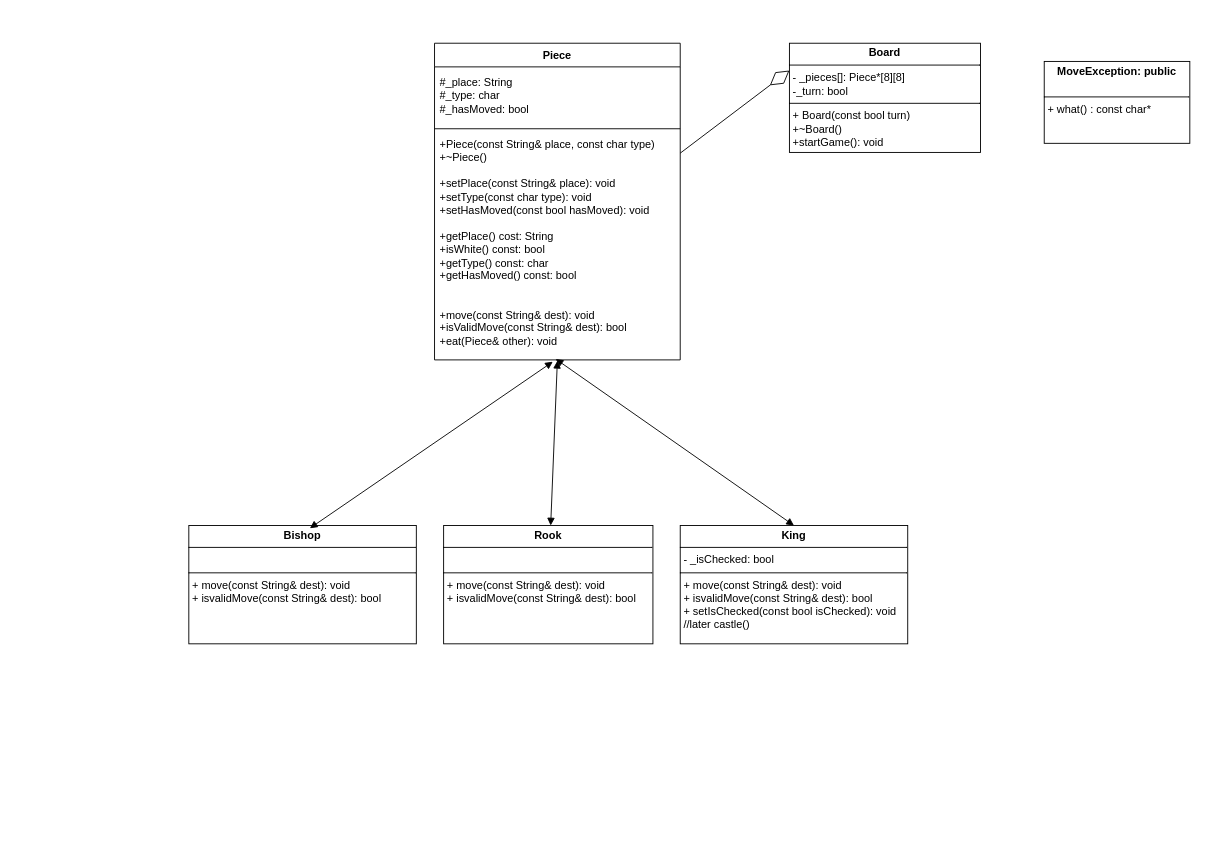
Earlier version of the draw.io diagram ChessUML.drawio (fdfdfddd121/ChessProj). Source tidied: cells renumbered, new cells numbered last; positions are measured from the earlier drawing's top-left corner, leaving out a move shared by most shapes. Both pictures are drawn from the tidied source at 91%, with x=0, y=0 at pixel (188, 43).
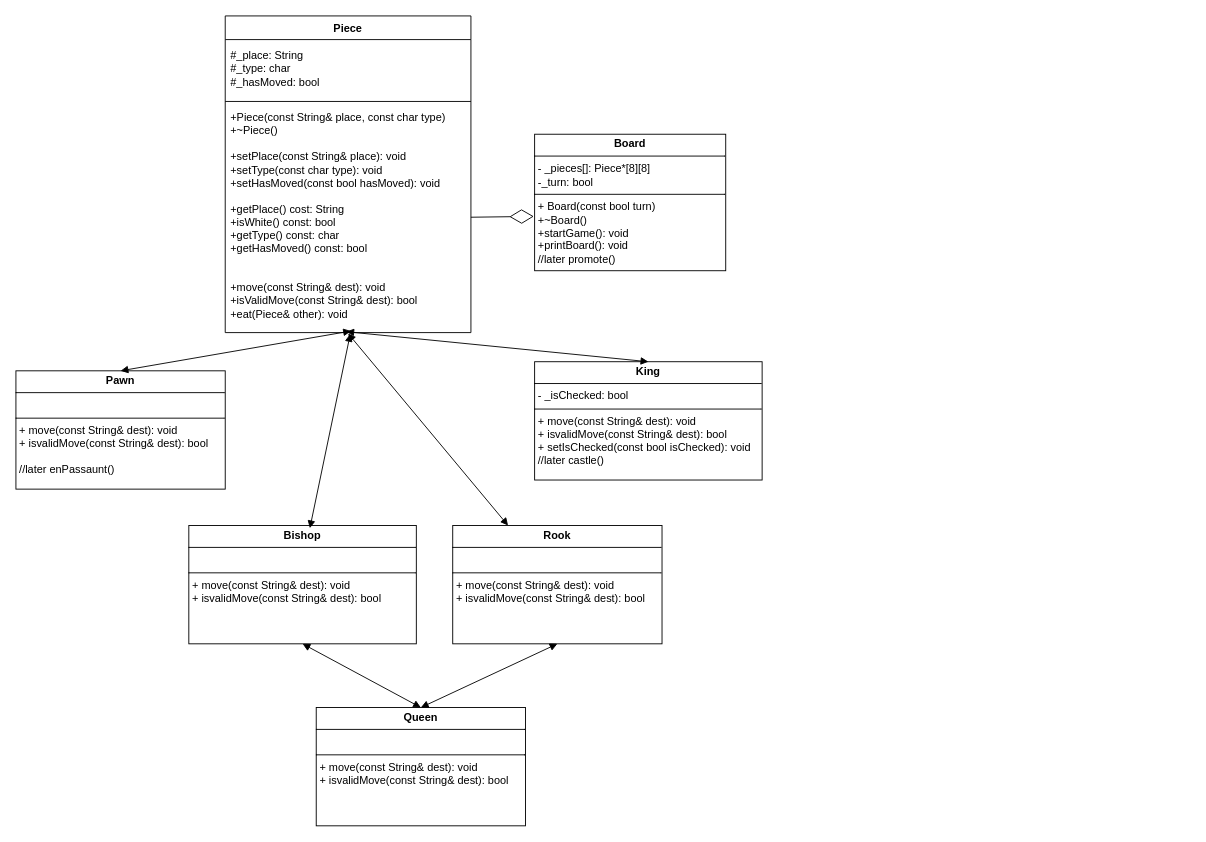
After the change.

What changed in the source:
```diff
@@
 <mxGraphModel>
   <root>
     <mxCell id="0" />
     <mxCell id="1" parent="0" />
     <mxCell id="2" value="Piece" style="swimlane;fontStyle=1;align=center;verticalAlign=top;horizontal=1;startSize=26;whiteSpace=wrap;html=1;" parent="1" vertex="1">
-      <mxGeometry x="270" width="270" height="348" as="geometry" />
+      <mxGeometry x="40" y="-30" width="270" height="348" as="geometry" />
     </mxCell>
     <mxCell id="3" value="#_place: String&lt;div&gt;#&lt;span style=&quot;background-color: initial;&quot;&gt;_type:&amp;nbsp;&lt;/span&gt;&lt;span style=&quot;background-color: initial;&quot;&gt;char&lt;/span&gt;&lt;/div&gt;&lt;div&gt;#&lt;span style=&quot;background-color: initial;&quot;&gt;_hasMoved:&amp;nbsp;&lt;/span&gt;&lt;span style=&quot;background-color: initial;&quot;&gt;bool&lt;/span&gt;&lt;/div&gt;" style="text;strokeColor=none;fillColor=none;align=left;verticalAlign=middle;spacingLeft=4;spacingRight=4;overflow=hidden;html=1;whiteSpace=wrap;labelBackgroundColor=none;" parent="2" vertex="1">
       <mxGeometry y="26" width="270" height="64" as="geometry" />
     </mxCell>
     <mxCell id="4" style="line;strokeWidth=1;fillColor=none;align=left;verticalAlign=middle;spacingTop=-1;spacingLeft=3;spacingRight=3;labelPosition=right;strokeColor=inherit;" parent="2" vertex="1">
       <mxGeometry y="90" width="270" height="8" as="geometry" />
     </mxCell>
     <mxCell id="5" value="+Piece(const String&amp;amp; place, const char type)&lt;div&gt;+~Piece()&lt;/div&gt;&lt;div&gt;&lt;br&gt;&lt;/div&gt;&lt;div&gt;+setPlace(const String&amp;amp; place):&amp;nbsp;&lt;span style=&quot;background-color: initial;&quot;&gt;void&lt;/span&gt;&lt;/div&gt;&lt;div&gt;&lt;span style=&quot;background-color: initial;&quot;&gt;+&lt;/span&gt;&lt;span style=&quot;background-color: initial;&quot;&gt;setType(const char type):&amp;nbsp;&lt;/span&gt;&lt;span style=&quot;background-color: initial;&quot;&gt;void&lt;/span&gt;&lt;/div&gt;&lt;div&gt;&lt;span style=&quot;background-color: initial;&quot;&gt;+&lt;/span&gt;&lt;span style=&quot;background-color: initial;&quot;&gt;setHasMoved(const bool hasMoved):&amp;nbsp;&lt;/span&gt;&lt;span style=&quot;background-color: initial;&quot;&gt;void&lt;/span&gt;&lt;/div&gt;&lt;div&gt;&lt;span style=&quot;background-color: initial;&quot;&gt;&lt;br&gt;&lt;/span&gt;&lt;/div&gt;&lt;div&gt;&lt;span style=&quot;background-color: initial;&quot;&gt;+getPlace() cost:&amp;nbsp;&lt;/span&gt;&lt;span style=&quot;background-color: initial;&quot;&gt;String&lt;/span&gt;&lt;/div&gt;&lt;div&gt;&lt;span style=&quot;background-color: initial;&quot;&gt;+isWhite() const:&amp;nbsp;&lt;/span&gt;&lt;span style=&quot;background-color: initial;&quot;&gt;bool&lt;/span&gt;&lt;/div&gt;&lt;div&gt;&lt;span style=&quot;background-color: initial;&quot;&gt;+getType() const:&amp;nbsp;&lt;/span&gt;&lt;span style=&quot;background-color: initial;&quot;&gt;char&lt;/span&gt;&lt;/div&gt;&lt;div&gt;&lt;span style=&quot;background-color: initial;&quot;&gt;+getHasMoved() const:&amp;nbsp;&lt;/span&gt;&lt;span style=&quot;background-color: initial;&quot;&gt;bool&lt;/span&gt;&lt;/div&gt;&lt;div&gt;&lt;span style=&quot;background-color: initial;&quot;&gt;&lt;br&gt;&lt;/span&gt;&lt;/div&gt;&lt;div&gt;&lt;span style=&quot;background-color: initial;&quot;&gt;&lt;br&gt;&lt;/span&gt;&lt;/div&gt;&lt;div&gt;&lt;span style=&quot;background-color: initial;&quot;&gt;+move(const String&amp;amp; dest): void&lt;/span&gt;&lt;/div&gt;&lt;div&gt;&lt;span style=&quot;background-color: initial;&quot;&gt;+isValidMove(const String&amp;amp; dest): bool&lt;/span&gt;&lt;/div&gt;&lt;div&gt;&lt;span style=&quot;background-color: initial;&quot;&gt;+eat(Piece&amp;amp; other): void&lt;/span&gt;&lt;/div&gt;" style="text;strokeColor=none;fillColor=none;align=left;verticalAlign=top;spacingLeft=4;spacingRight=4;overflow=hidden;points=[[0,0.5],[1,0.5]];portConstraint=eastwest;whiteSpace=wrap;html=1;" parent="2" vertex="1">
       <mxGeometry y="98" width="270" height="250" as="geometry" />
     </mxCell>
     <mxCell id="6" value="&lt;p style=&quot;margin:0px;margin-top:4px;text-align:center;&quot;&gt;&lt;b&gt;Rook&lt;/b&gt;&lt;/p&gt;&lt;hr size=&quot;1&quot; style=&quot;border-style:solid;&quot;&gt;&lt;p style=&quot;margin:0px;margin-left:4px;&quot;&gt;&lt;br&gt;&lt;/p&gt;&lt;hr size=&quot;1&quot; style=&quot;border-style:solid;&quot;&gt;&lt;p style=&quot;margin:0px;margin-left:4px;&quot;&gt;+ move(const String&amp;amp; dest): void&lt;/p&gt;&lt;p style=&quot;margin:0px;margin-left:4px;&quot;&gt;+ isvalidMove(const String&amp;amp; dest): bool&lt;/p&gt;&lt;p style=&quot;margin:0px;margin-left:4px;&quot;&gt;&lt;br&gt;&lt;/p&gt;&lt;p style=&quot;margin:0px;margin-left:4px;&quot;&gt;&lt;br&gt;&lt;/p&gt;" style="verticalAlign=top;align=left;overflow=fill;html=1;whiteSpace=wrap;" parent="1" vertex="1">
-      <mxGeometry x="280" y="530" width="230" height="130" as="geometry" />
+      <mxGeometry x="290" y="530" width="230" height="130" as="geometry" />
     </mxCell>
     <mxCell id="7" value="&lt;p style=&quot;margin:0px;margin-top:4px;text-align:center;&quot;&gt;&lt;b&gt;King&lt;/b&gt;&lt;/p&gt;&lt;hr size=&quot;1&quot; style=&quot;border-style:solid;&quot;&gt;&lt;p style=&quot;margin:0px;margin-left:4px;&quot;&gt;- _isChecked: bool&lt;/p&gt;&lt;hr size=&quot;1&quot; style=&quot;border-style:solid;&quot;&gt;&lt;p style=&quot;margin:0px;margin-left:4px;&quot;&gt;+ move(const String&amp;amp; dest): void&lt;/p&gt;&lt;p style=&quot;margin:0px;margin-left:4px;&quot;&gt;+ isvalidMove(const String&amp;amp; dest): bool&lt;/p&gt;&lt;p style=&quot;margin:0px;margin-left:4px;&quot;&gt;+ setIsChecked(const bool isChecked): void&lt;/p&gt;&lt;p style=&quot;margin:0px;margin-left:4px;&quot;&gt;//later castle()&lt;/p&gt;&lt;p style=&quot;margin:0px;margin-left:4px;&quot;&gt;&lt;br&gt;&lt;/p&gt;" style="verticalAlign=top;align=left;overflow=fill;html=1;whiteSpace=wrap;" parent="1" vertex="1">
-      <mxGeometry x="540" y="530" width="250" height="130" as="geometry" />
+      <mxGeometry x="380" y="350" width="250" height="130" as="geometry" />
     </mxCell>
-    <mxCell id="8" value="&lt;p style=&quot;margin:0px;margin-top:4px;text-align:center;&quot;&gt;&lt;b&gt;Board&lt;/b&gt;&lt;/p&gt;&lt;hr size=&quot;1&quot; style=&quot;border-style:solid;&quot;&gt;&lt;p style=&quot;margin:0px;margin-left:4px;&quot;&gt;- _pieces[]: Piece*[8][8]&lt;/p&gt;&lt;p style=&quot;margin:0px;margin-left:4px;&quot;&gt;-_turn: bool&lt;/p&gt;&lt;hr size=&quot;1&quot; style=&quot;border-style:solid;&quot;&gt;&lt;p style=&quot;margin:0px;margin-left:4px;&quot;&gt;+ Board(const bool turn)&lt;/p&gt;&lt;p style=&quot;margin:0px;margin-left:4px;&quot;&gt;+~Board()&lt;/p&gt;&lt;p style=&quot;margin:0px;margin-left:4px;&quot;&gt;+startGame(): void&lt;/p&gt;" style="verticalAlign=top;align=left;overflow=fill;html=1;whiteSpace=wrap;" parent="1" vertex="1">
-      <mxGeometry x="660" width="210" height="120" as="geometry" />
+    <mxCell id="8" value="&lt;p style=&quot;margin:0px;margin-top:4px;text-align:center;&quot;&gt;&lt;b&gt;Board&lt;/b&gt;&lt;/p&gt;&lt;hr size=&quot;1&quot; style=&quot;border-style:solid;&quot;&gt;&lt;p style=&quot;margin:0px;margin-left:4px;&quot;&gt;- _pieces[]: Piece*[8][8]&lt;/p&gt;&lt;p style=&quot;margin:0px;margin-left:4px;&quot;&gt;-_turn: bool&lt;/p&gt;&lt;hr size=&quot;1&quot; style=&quot;border-style:solid;&quot;&gt;&lt;p style=&quot;margin:0px;margin-left:4px;&quot;&gt;+ Board(const bool turn)&lt;/p&gt;&lt;p style=&quot;margin:0px;margin-left:4px;&quot;&gt;+~Board()&lt;/p&gt;&lt;p style=&quot;margin:0px;margin-left:4px;&quot;&gt;+startGame(): void&lt;/p&gt;&lt;p style=&quot;margin:0px;margin-left:4px;&quot;&gt;+printBoard(): void&lt;/p&gt;&lt;p style=&quot;margin:0px;margin-left:4px;&quot;&gt;//later promote()&lt;/p&gt;" style="verticalAlign=top;align=left;overflow=fill;html=1;whiteSpace=wrap;" parent="1" vertex="1">
+      <mxGeometry x="380" y="100" width="210" height="150" as="geometry" />
     </mxCell>
-    <mxCell id="9" style="endArrow=diamondThin;endFill=0;endSize=24;html=1;rounded=0;entryX=0;entryY=0.25;entryDx=0;entryDy=0;" parent="1" edge="1" source="5" target="8">
+    <mxCell id="9" style="endArrow=diamondThin;endFill=0;endSize=24;html=1;rounded=0;entryX=-0.004;entryY=0.602;entryDx=0;entryDy=0;entryPerimeter=0;" parent="1" edge="1" source="5" target="8">
       <mxGeometry relative="1" as="geometry" />
     </mxCell>
     <mxCell id="10" style="endArrow=block;startArrow=block;endFill=1;startFill=1;html=1;rounded=0;entryX=0.5;entryY=1.004;entryDx=0;entryDy=0;entryPerimeter=0;" parent="1" edge="1" source="6" target="5">
       <mxGeometry relative="1" as="geometry" />
     </mxCell>
-    <mxCell id="11" value="&lt;p style=&quot;margin:0px;margin-top:4px;text-align:center;&quot;&gt;&lt;b&gt;MoveException: public&lt;/b&gt;&lt;/p&gt;&lt;p style=&quot;margin:0px;margin-left:4px;&quot;&gt;&lt;br&gt;&lt;/p&gt;&lt;hr size=&quot;1&quot; style=&quot;border-style:solid;&quot;&gt;&lt;p style=&quot;margin:0px;margin-left:4px;&quot;&gt;+ what() : const char*&lt;/p&gt;" style="verticalAlign=top;align=left;overflow=fill;html=1;whiteSpace=wrap;" parent="1" vertex="1">
-      <mxGeometry x="940" y="20" width="160" height="90" as="geometry" />
-    </mxCell>
     <mxCell id="12" value="&lt;p style=&quot;margin:0px;margin-top:4px;text-align:center;&quot;&gt;&lt;b&gt;Bishop&lt;/b&gt;&lt;/p&gt;&lt;hr size=&quot;1&quot; style=&quot;border-style:solid;&quot;&gt;&lt;p style=&quot;margin:0px;margin-left:4px;&quot;&gt;&lt;br&gt;&lt;/p&gt;&lt;hr size=&quot;1&quot; style=&quot;border-style:solid;&quot;&gt;&lt;p style=&quot;margin:0px;margin-left:4px;&quot;&gt;+ move(const String&amp;amp; dest): void&lt;/p&gt;&lt;p style=&quot;margin:0px;margin-left:4px;&quot;&gt;+ isvalidMove(const String&amp;amp; dest): bool&lt;/p&gt;" style="verticalAlign=top;align=left;overflow=fill;html=1;whiteSpace=wrap;" parent="1" vertex="1">
       <mxGeometry y="530" width="250" height="130" as="geometry" />
     </mxCell>
     <mxCell id="13" style="endArrow=block;startArrow=block;endFill=1;startFill=1;html=1;rounded=0;entryX=0.493;entryY=0.996;entryDx=0;entryDy=0;entryPerimeter=0;exitX=0.5;exitY=0;exitDx=0;exitDy=0;" parent="1" edge="1" source="7" target="5">
       <mxGeometry relative="1" as="geometry" />
     </mxCell>
-    <mxCell id="14" style="endArrow=block;startArrow=block;endFill=1;startFill=1;html=1;rounded=0;exitX=0.532;exitY=0.023;exitDx=0;exitDy=0;exitPerimeter=0;" parent="1" edge="1" source="12">
-      <mxGeometry relative="1" as="geometry">
-        <mxPoint x="400" y="350" as="targetPoint" />
-      </mxGeometry>
+    <mxCell id="14" style="endArrow=block;startArrow=block;endFill=1;startFill=1;html=1;rounded=0;exitX=0.532;exitY=0.023;exitDx=0;exitDy=0;exitPerimeter=0;entryX=0.509;entryY=1.006;entryDx=0;entryDy=0;entryPerimeter=0;" parent="1" edge="1" source="12" target="5">
+      <mxGeometry relative="1" as="geometry" />
     </mxCell>
+    <mxCell id="15" value="&lt;p style=&quot;margin:0px;margin-top:4px;text-align:center;&quot;&gt;&lt;b&gt;Queen&lt;/b&gt;&lt;/p&gt;&lt;hr size=&quot;1&quot; style=&quot;border-style:solid;&quot;&gt;&lt;p style=&quot;margin:0px;margin-left:4px;&quot;&gt;&lt;br&gt;&lt;/p&gt;&lt;hr size=&quot;1&quot; style=&quot;border-style:solid;&quot;&gt;&lt;p style=&quot;margin:0px;margin-left:4px;&quot;&gt;+ move(const String&amp;amp; dest): void&lt;/p&gt;&lt;p style=&quot;margin:0px;margin-left:4px;&quot;&gt;+ isvalidMove(const String&amp;amp; dest): bool&lt;/p&gt;&lt;p style=&quot;margin:0px;margin-left:4px;&quot;&gt;&lt;br&gt;&lt;/p&gt;&lt;p style=&quot;margin:0px;margin-left:4px;&quot;&gt;&lt;br&gt;&lt;/p&gt;" style="verticalAlign=top;align=left;overflow=fill;html=1;whiteSpace=wrap;" parent="1" vertex="1">
+      <mxGeometry x="140" y="730" width="230" height="130" as="geometry" />
+    </mxCell>
+    <mxCell id="16" style="endArrow=block;startArrow=block;endFill=1;startFill=1;html=1;rounded=0;entryX=0.5;entryY=1;entryDx=0;entryDy=0;exitX=0.5;exitY=0;exitDx=0;exitDy=0;" parent="1" edge="1" source="15" target="12">
+      <mxGeometry relative="1" as="geometry" />
+    </mxCell>
+    <mxCell id="17" style="endArrow=block;startArrow=block;endFill=1;startFill=1;html=1;rounded=0;entryX=0.5;entryY=1;entryDx=0;entryDy=0;exitX=0.5;exitY=0;exitDx=0;exitDy=0;" parent="1" edge="1" source="15" target="6">
+      <mxGeometry relative="1" as="geometry" />
+    </mxCell>
+    <mxCell id="18" value="&lt;p style=&quot;margin:0px;margin-top:4px;text-align:center;&quot;&gt;&lt;b&gt;Pawn&lt;/b&gt;&lt;/p&gt;&lt;hr size=&quot;1&quot; style=&quot;border-style:solid;&quot;&gt;&lt;p style=&quot;margin:0px;margin-left:4px;&quot;&gt;&lt;br&gt;&lt;/p&gt;&lt;hr size=&quot;1&quot; style=&quot;border-style:solid;&quot;&gt;&lt;p style=&quot;margin:0px;margin-left:4px;&quot;&gt;+ move(const String&amp;amp; dest): void&lt;/p&gt;&lt;p style=&quot;margin:0px;margin-left:4px;&quot;&gt;+ isvalidMove(const String&amp;amp; dest): bool&lt;/p&gt;&lt;p style=&quot;margin:0px;margin-left:4px;&quot;&gt;&lt;br&gt;&lt;/p&gt;&lt;p style=&quot;margin:0px;margin-left:4px;&quot;&gt;//later enPassaunt()&lt;/p&gt;" style="verticalAlign=top;align=left;overflow=fill;html=1;whiteSpace=wrap;" parent="1" vertex="1">
+      <mxGeometry x="-190" y="360" width="230" height="130" as="geometry" />
+    </mxCell>
+    <mxCell id="19" style="endArrow=block;startArrow=block;endFill=1;startFill=1;html=1;rounded=0;exitX=0.5;exitY=0;exitDx=0;exitDy=0;entryX=0.512;entryY=0.993;entryDx=0;entryDy=0;entryPerimeter=0;" parent="1" edge="1" source="18" target="5">
+      <mxGeometry relative="1" as="geometry" />
+    </mxCell>
   </root>
 </mxGraphModel>
```
